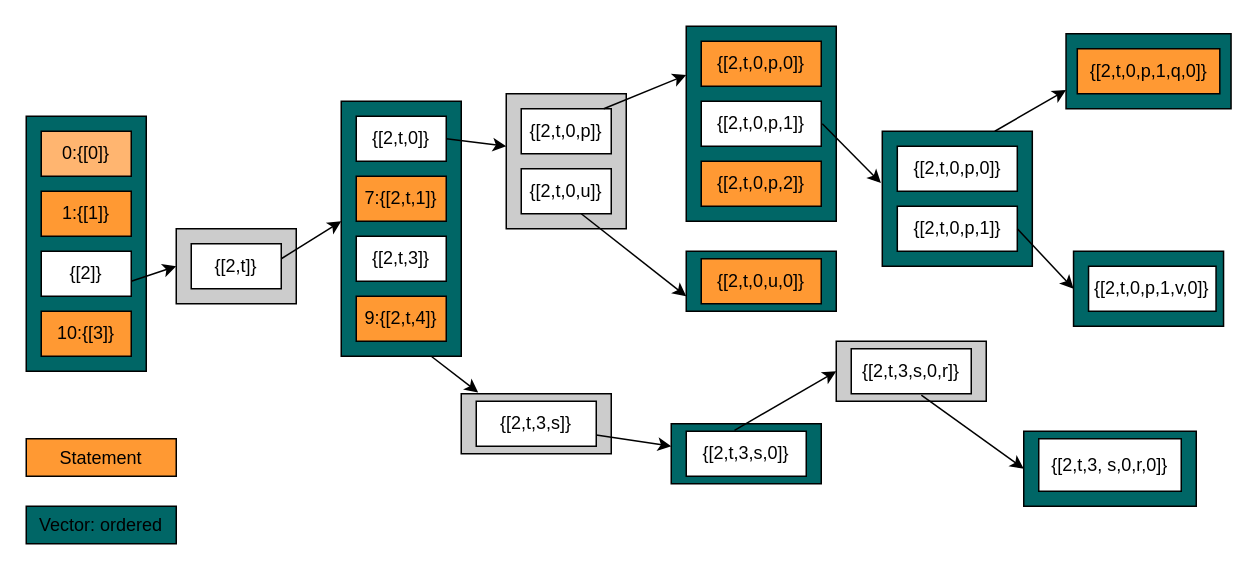
Before: page "Page-1" (1 of 2) of SSA.drawio in kalyanbhetwal/thesis-drawings, a draw.io diagram. Source tidied: cells renumbered, new cells numbered last; positions are measured from the earlier drawing's top-left corner, leaving out a move shared by most shapes. Both pictures are drawn from the tidied source at 150%, with x=0, y=0 at pixel (26, 26).
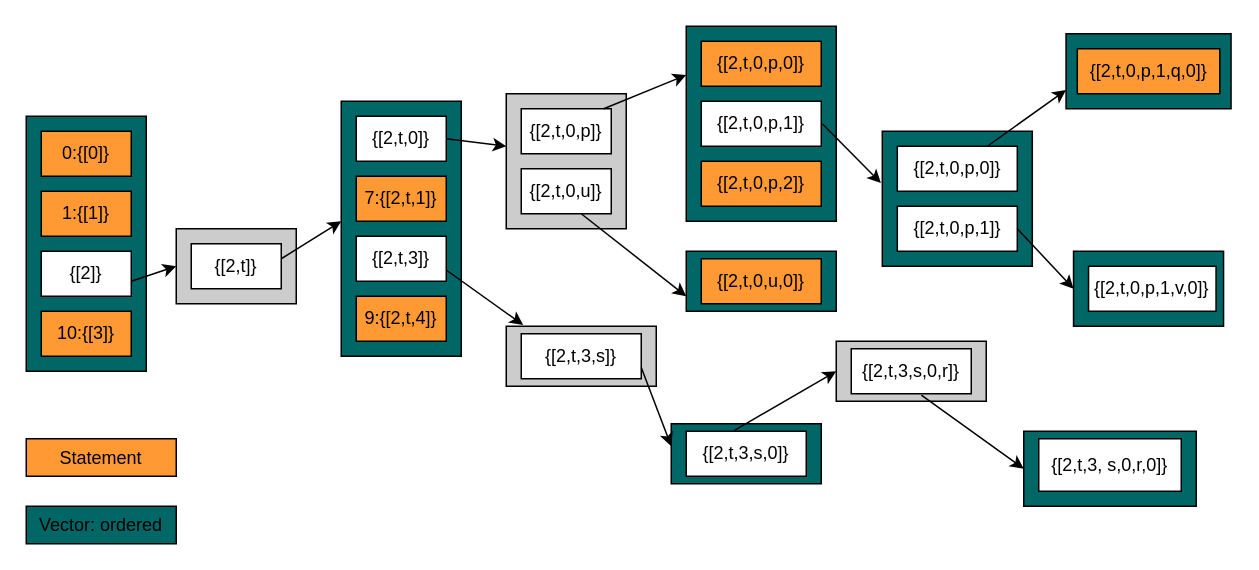
Above is the later version.

The change refers to these unchanged cells:
```xml
<mxCell id="3" style="rounded=0;whiteSpace=wrap;html=1;fillColor=#006666;" parent="1" vertex="1">
  <mxGeometry x="693.2" y="5" width="110" height="50" as="geometry" />
</mxCell>
<mxCell id="14" value="{[2,t,3]}" style="rounded=0;whiteSpace=wrap;html=1;" parent="1" vertex="1">
  <mxGeometry x="220" y="140" width="60" height="30" as="geometry" />
</mxCell>
<mxCell id="25" style="rounded=0;whiteSpace=wrap;html=1;fillColor=#006666;" parent="1" vertex="1">
  <mxGeometry x="570.7" y="70" width="100" height="90" as="geometry" />
</mxCell>
<mxCell id="27" value="{[2,t,0,p,0]}" style="rounded=0;whiteSpace=wrap;html=1;" parent="1" vertex="1">
  <mxGeometry x="580.7" y="80" width="80" height="30" as="geometry" />
</mxCell>
```

The edit, as a diff of the source:
```diff
@@
-    <mxCell id="5" value="0:{[0]}" style="rounded=0;whiteSpace=wrap;html=1;fillColor=#FFB570;" parent="1" vertex="1">
-      <mxGeometry x="10" y="70" width="60" height="30" as="geometry" />
-    </mxCell>
@@
-    <mxCell id="31" style="endArrow=classic;html=1;rounded=0;entryX=0;entryY=0.75;entryDx=0;entryDy=0;exitX=0.75;exitY=0;exitDx=0;exitDy=0;" parent="1" edge="1" source="25" target="3">
+    <mxCell id="31" style="endArrow=classic;html=1;rounded=0;entryX=0;entryY=0.75;entryDx=0;entryDy=0;exitX=0.75;exitY=0;exitDx=0;exitDy=0;" parent="1" edge="1" source="27" target="3">
       <mxGeometry relative="1" as="geometry" />
     </mxCell>
@@
     <mxCell id="33" style="rounded=0;whiteSpace=wrap;html=1;fillColor=#CCCCCC;" parent="1" vertex="1">
-      <mxGeometry x="290" y="245" width="100" height="40" as="geometry" />
+      <mxGeometry x="320" y="200" width="100" height="40" as="geometry" />
     </mxCell>
     <mxCell id="34" value="{[2,t,3,s]}" style="rounded=0;whiteSpace=wrap;html=1;" parent="1" vertex="1">
-      <mxGeometry x="300" y="250" width="80" height="30" as="geometry" />
+      <mxGeometry x="330" y="205" width="80" height="30" as="geometry" />
     </mxCell>
@@
-    <mxCell id="41" style="endArrow=classic;html=1;rounded=0;entryX=0.113;entryY=-0.021;entryDx=0;entryDy=0;entryPerimeter=0;" parent="1" edge="1" target="33">
-      <mxGeometry relative="1" as="geometry">
-        <mxPoint x="270" y="220" as="sourcePoint" />
-      </mxGeometry>
+    <mxCell id="41" style="endArrow=classic;html=1;rounded=0;entryX=0.113;entryY=-0.021;entryDx=0;entryDy=0;entryPerimeter=0;exitX=1;exitY=0.75;exitDx=0;exitDy=0;" parent="1" edge="1" source="14" target="33">
+      <mxGeometry relative="1" as="geometry" />
     </mxCell>
@@
+    <mxCell id="5" value="0:{[0]}" style="rounded=0;whiteSpace=wrap;html=1;fillColor=#FF9933;" parent="1" vertex="1">
+      <mxGeometry x="10" y="70" width="60" height="30" as="geometry" />
+    </mxCell>
```
